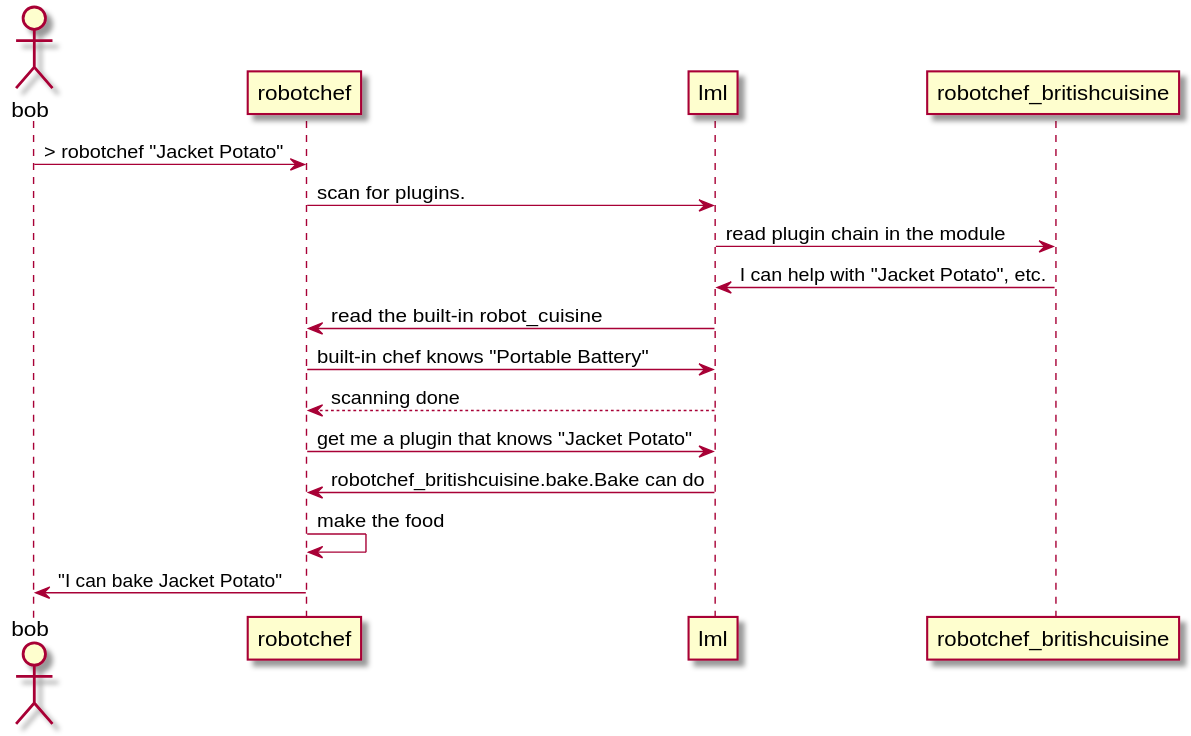
The PlantUML diagram docs/source/_static/images/loading_sequence.svg in python-lml/lml, before a commit.
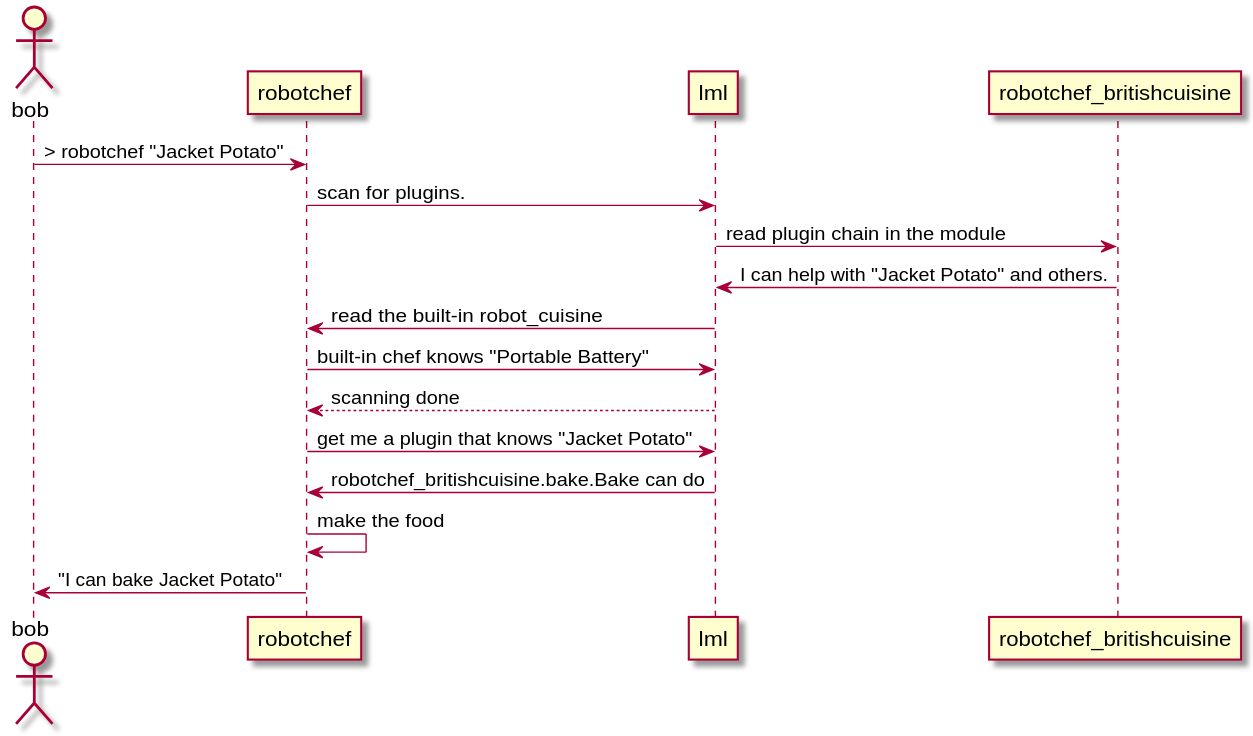
Above is the later version.

Change to the diagram source:
```diff
@@ -8,7 +8,7 @@
 bob -> robotchef : > robotchef "Jacket Potato"
 robotchef -> lml : scan for plugins.
 lml -> robotchef_britishcuisine : read plugin chain in the module
-robotchef_britishcuisine -> lml: I can help with "Jacket Potato", etc.
+robotchef_britishcuisine -> lml: I can help with "Jacket Potato" and others.
 lml -> robotchef : read the built-in robot_cuisine
 robotchef -> lml : built-in chef knows "Portable Battery"
 lml --> robotchef : scanning done
```
